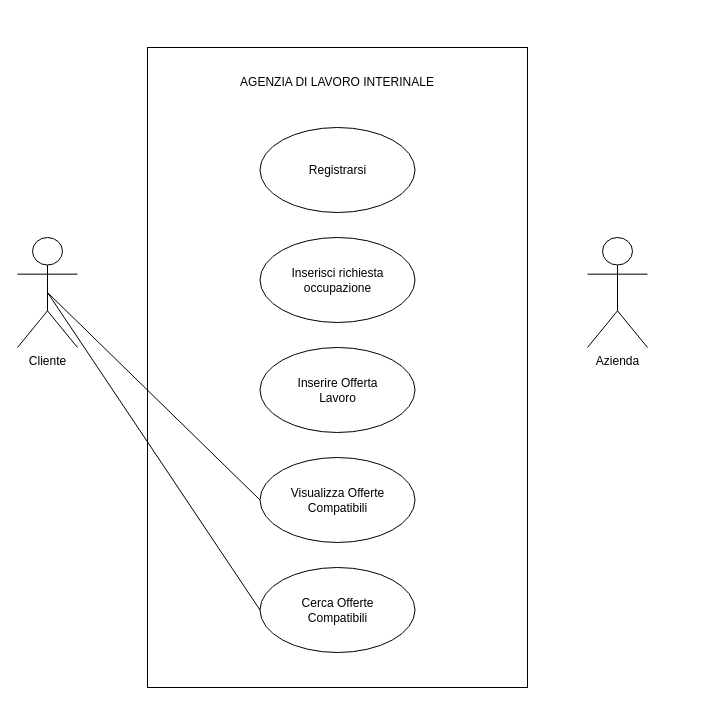
Before: Diagramma senza titolo.drawio in RafidISL/DiagrammiUML, a draw.io diagram. Source tidied: cells renumbered, new cells numbered last; positions are measured from the earlier drawing's top-left corner, leaving out a move shared by most shapes. Both pictures are drawn from the tidied source at 100%, with x=0, y=0 at pixel (17, 47).
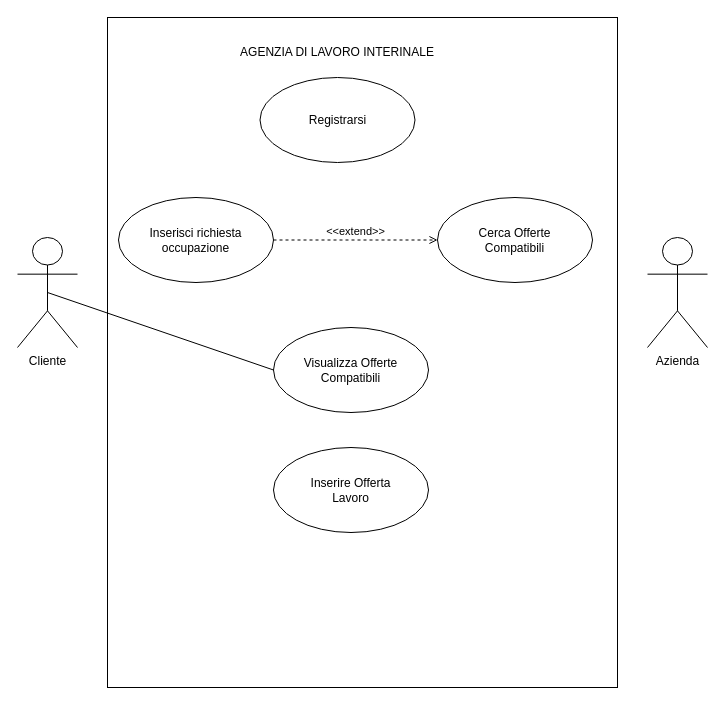
Above is the later version.

Commit message:
Aggiunta ricerca e visualizzazione offerte compatibili

What changed in the source:
```diff
@@
 <mxGraphModel>
   <root>
     <mxCell id="0" />
     <mxCell id="1" parent="0" />
     <mxCell id="2" style="rounded=0;whiteSpace=wrap;html=1;fillColor=none;" parent="1" vertex="1">
-      <mxGeometry x="130" width="380" height="640" as="geometry" />
+      <mxGeometry x="90" y="-30" width="510" height="670" as="geometry" />
     </mxCell>
     <mxCell id="3" value="Registrarsi" style="ellipse;whiteSpace=wrap;html=1;" parent="1" vertex="1">
-      <mxGeometry x="242.5" y="80" width="155" height="85" as="geometry" />
+      <mxGeometry x="242.5" y="30" width="155" height="85" as="geometry" />
     </mxCell>
     <mxCell id="4" value="AGENZIA DI LAVORO INTERINALE" style="text;html=1;whiteSpace=wrap;strokeColor=none;fillColor=none;align=center;verticalAlign=middle;rounded=0;" parent="1" vertex="1">
-      <mxGeometry x="215" y="20" width="210" height="30" as="geometry" />
+      <mxGeometry x="215" y="-10" width="210" height="30" as="geometry" />
     </mxCell>
     <mxCell id="5" value="Cliente" style="shape=umlActor;verticalLabelPosition=bottom;verticalAlign=top;html=1;outlineConnect=0;" parent="1" vertex="1">
       <mxGeometry y="190" width="60" height="110" as="geometry" />
     </mxCell>
     <mxCell id="6" value="Azienda" style="shape=umlActor;verticalLabelPosition=bottom;verticalAlign=top;html=1;" parent="1" vertex="1">
-      <mxGeometry x="570" y="190" width="60" height="110" as="geometry" />
+      <mxGeometry x="630" y="190" width="60" height="110" as="geometry" />
     </mxCell>
     <mxCell id="7" value="Inserisci richiesta&lt;div&gt;occupazione&lt;/div&gt;" style="ellipse;whiteSpace=wrap;html=1;" parent="1" vertex="1">
-      <mxGeometry x="242.5" y="190" width="155" height="85" as="geometry" />
+      <mxGeometry x="101" y="150" width="155" height="85" as="geometry" />
     </mxCell>
     <mxCell id="8" value="Inserire Offerta&lt;div&gt;Lavoro&lt;/div&gt;" style="ellipse;whiteSpace=wrap;html=1;" parent="1" vertex="1">
-      <mxGeometry x="242.5" y="300" width="155" height="85" as="geometry" />
+      <mxGeometry x="256" y="400" width="155" height="85" as="geometry" />
     </mxCell>
     <mxCell id="9" value="Visualizza Offerte&lt;div&gt;Compatibili&lt;/div&gt;" style="ellipse;whiteSpace=wrap;html=1;" parent="1" vertex="1">
-      <mxGeometry x="242.5" y="410" width="155" height="85" as="geometry" />
+      <mxGeometry x="256" y="280" width="155" height="85" as="geometry" />
     </mxCell>
     <mxCell id="10" style="endArrow=none;html=1;rounded=0;exitX=0.5;exitY=0.5;exitDx=0;exitDy=0;exitPerimeter=0;entryX=0;entryY=0.5;entryDx=0;entryDy=0;" parent="1" edge="1" source="5" target="9">
       <mxGeometry relative="1" as="geometry" />
     </mxCell>
     <mxCell id="11" value="Cerca Offerte&lt;div&gt;Compatibili&lt;/div&gt;" style="ellipse;whiteSpace=wrap;html=1;" parent="1" vertex="1">
-      <mxGeometry x="242.5" y="520" width="155" height="85" as="geometry" />
+      <mxGeometry x="420" y="150" width="155" height="85" as="geometry" />
     </mxCell>
-    <mxCell id="12" style="endArrow=none;html=1;rounded=0;exitX=0.5;exitY=0.5;exitDx=0;exitDy=0;exitPerimeter=0;entryX=0;entryY=0.5;entryDx=0;entryDy=0;" parent="1" edge="1" source="5" target="11">
-      <mxGeometry relative="1" as="geometry" />
-    </mxCell>
+    <mxCell id="13" value="&amp;lt;&amp;lt;extend&amp;gt;&amp;gt;" style="html=1;verticalAlign=bottom;labelBackgroundColor=none;endArrow=open;endFill=0;dashed=1;rounded=0;exitX=1;exitY=0.5;exitDx=0;exitDy=0;entryX=0;entryY=0.5;entryDx=0;entryDy=0;" parent="1" edge="1" source="7" target="11">
+      <mxGeometry relative="1" as="geometry" />
+    </mxCell>
   </root>
 </mxGraphModel>
```
